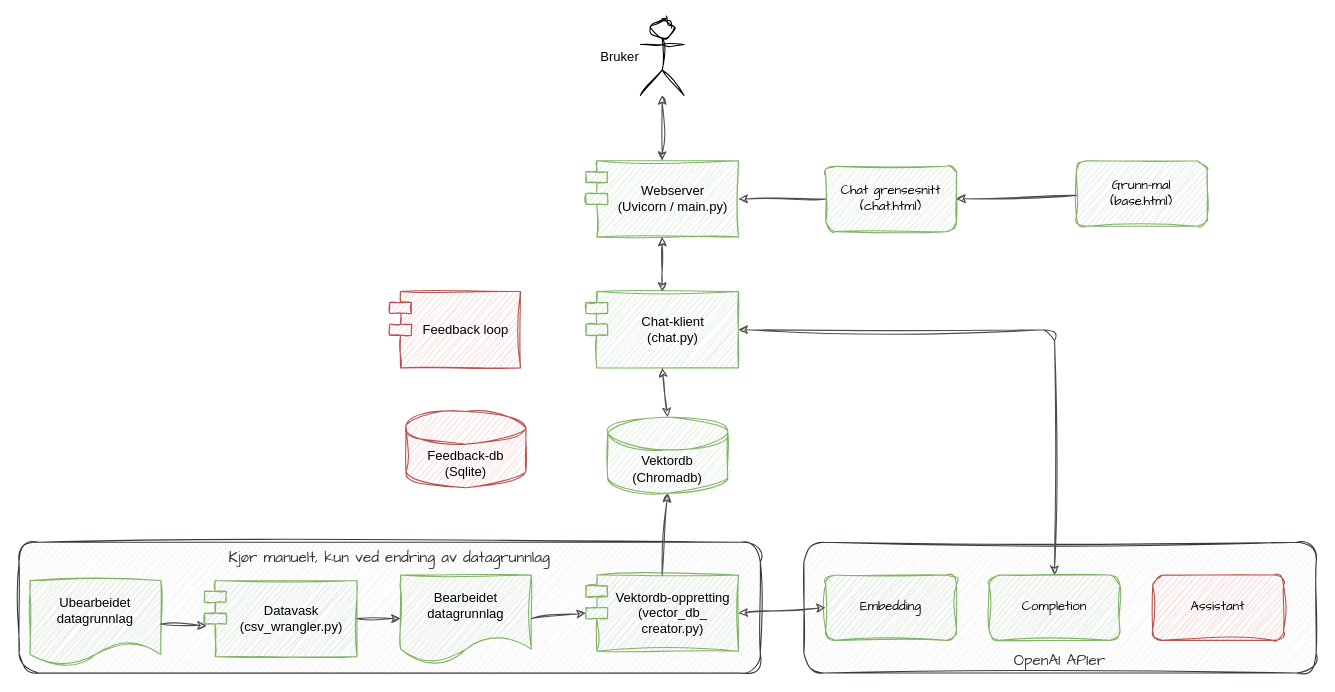
Above: diagrams/Architecture.drawio in xivind/sandbox (draw.io), before the change. Source tidied: cells renumbered, new cells numbered last; positions are measured from the earlier drawing's top-left corner, leaving out a move shared by most shapes. Both pictures are drawn from the tidied source at 109%, with x=0, y=0 at pixel (19, 19).
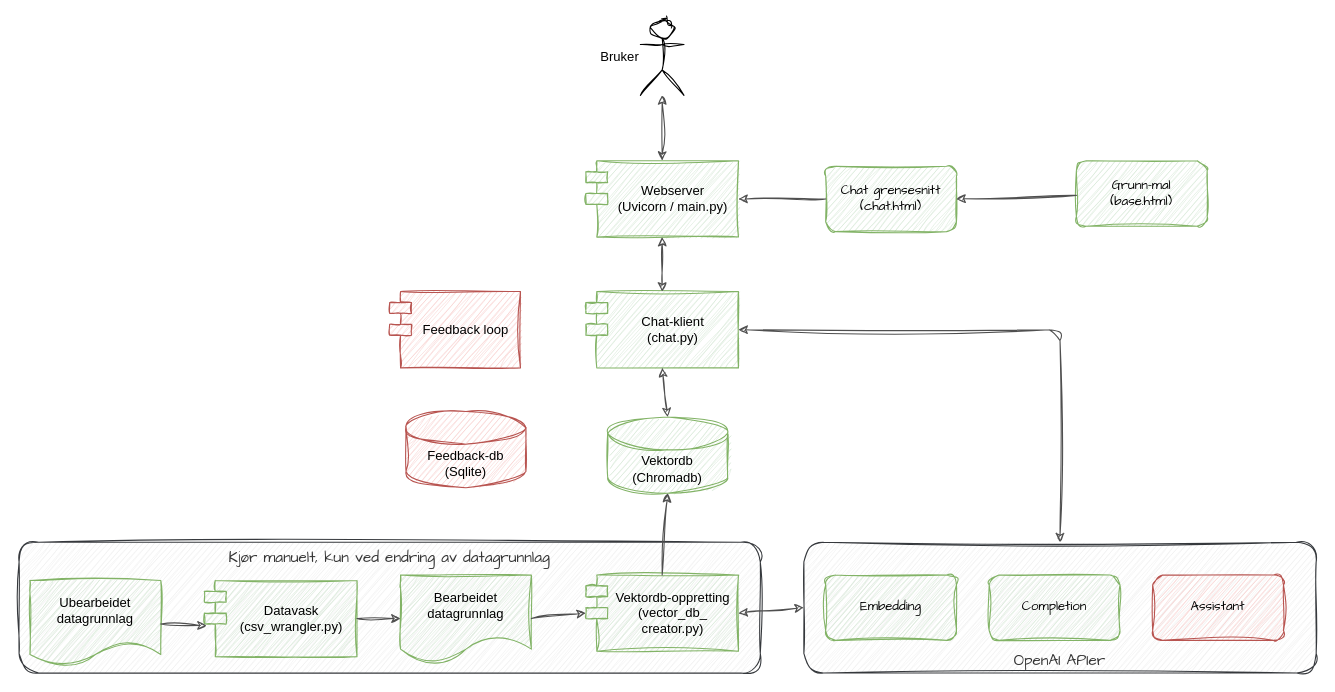
The same diagram, later.

Commit message:
Oppdatert løsningsskisse

The change refers to these unchanged cells:
```xml
<mxCell id="4" value="Chat-klient&lt;div&gt;(chat.py)&lt;/div&gt;" style="shape=module;align=left;spacingLeft=20;align=center;verticalAlign=middle;whiteSpace=wrap;html=1;fillColor=#d5e8d4;strokeColor=#82b366;shadow=0;sketch=1;curveFitting=1;jiggle=2;rounded=1;" parent="1" vertex="1">
  <mxGeometry x="520" y="250" width="140" height="70" as="geometry" />
</mxCell>
<mxCell id="13" value="&lt;div&gt;Vektordb-oppretting&lt;/div&gt;(vector_db_&lt;div&gt;creator.py)&lt;/div&gt;" style="shape=module;align=left;spacingLeft=20;align=center;verticalAlign=middle;whiteSpace=wrap;html=1;fillColor=#d5e8d4;strokeColor=#82b366;shadow=0;sketch=1;curveFitting=1;jiggle=2;rounded=1;" parent="1" vertex="1">
  <mxGeometry x="520" y="510" width="140" height="70" as="geometry" />
</mxCell>
<mxCell id="24" value="&lt;span style=&quot;color: rgb(51, 51, 51);&quot;&gt;&lt;font style=&quot;font-size: 14px;&quot;&gt;OpenAI APIer&lt;/font&gt;&lt;/span&gt;" style="rounded=1;whiteSpace=wrap;html=1;sketch=1;hachureGap=4;jiggle=2;curveFitting=1;fontFamily=Architects Daughter;shadow=0;fillColor=#eeeeee;strokeColor=#36393d;verticalAlign=bottom;" parent="1" vertex="1">
  <mxGeometry x="720" y="480" width="470" height="120" as="geometry" />
</mxCell>
<mxCell id="25" value="&lt;div&gt;Embedding&lt;/div&gt;" style="rounded=1;whiteSpace=wrap;html=1;sketch=1;hachureGap=4;jiggle=2;curveFitting=1;fontFamily=Architects Daughter;fillColor=#d5e8d4;strokeColor=#82b366;shadow=0;" parent="1" vertex="1">
  <mxGeometry x="740" y="510" width="120" height="60" as="geometry" />
</mxCell>
<mxCell id="26" value="&lt;div&gt;Completion&lt;/div&gt;" style="rounded=1;whiteSpace=wrap;html=1;sketch=1;hachureGap=4;jiggle=2;curveFitting=1;fontFamily=Architects Daughter;fillColor=#d5e8d4;strokeColor=#82b366;shadow=0;" parent="1" vertex="1">
  <mxGeometry x="890" y="510" width="120" height="60" as="geometry" />
</mxCell>
```

The edit, as a diff of the source:
```diff
@@
-    <mxCell id="28" style="endArrow=classic;html=1;rounded=1;strokeColor=#4F4F4F;shadow=0;sketch=1;curveFitting=1;jiggle=2;startArrow=classic;startFill=1;exitX=1;exitY=0.5;exitDx=0;exitDy=0;entryX=0;entryY=0.5;entryDx=0;entryDy=0;" parent="1" edge="1" source="13" target="25">
+    <mxCell id="28" style="endArrow=classic;html=1;rounded=1;strokeColor=#4F4F4F;shadow=0;sketch=1;curveFitting=1;jiggle=2;startArrow=classic;startFill=1;exitX=1;exitY=0.5;exitDx=0;exitDy=0;entryX=0;entryY=0.5;entryDx=0;entryDy=0;" parent="1" edge="1" source="13" target="24">
       <mxGeometry relative="1" as="geometry" />
     </mxCell>
-    <mxCell id="29" style="endArrow=classic;html=1;rounded=1;strokeColor=#4F4F4F;shadow=0;sketch=1;curveFitting=1;jiggle=2;startArrow=classic;startFill=1;exitX=0.5;exitY=0;exitDx=0;exitDy=0;entryX=1;entryY=0.5;entryDx=0;entryDy=0;edgeStyle=orthogonalEdgeStyle;" parent="1" edge="1" source="26" target="4">
+    <mxCell id="29" style="endArrow=classic;html=1;rounded=1;strokeColor=#4F4F4F;shadow=0;sketch=1;curveFitting=1;jiggle=2;startArrow=classic;startFill=1;exitX=0.5;exitY=0;exitDx=0;exitDy=0;entryX=1;entryY=0.5;entryDx=0;entryDy=0;edgeStyle=orthogonalEdgeStyle;" parent="1" edge="1" source="24" target="4">
       <mxGeometry relative="1" as="geometry" />
     </mxCell>
```
